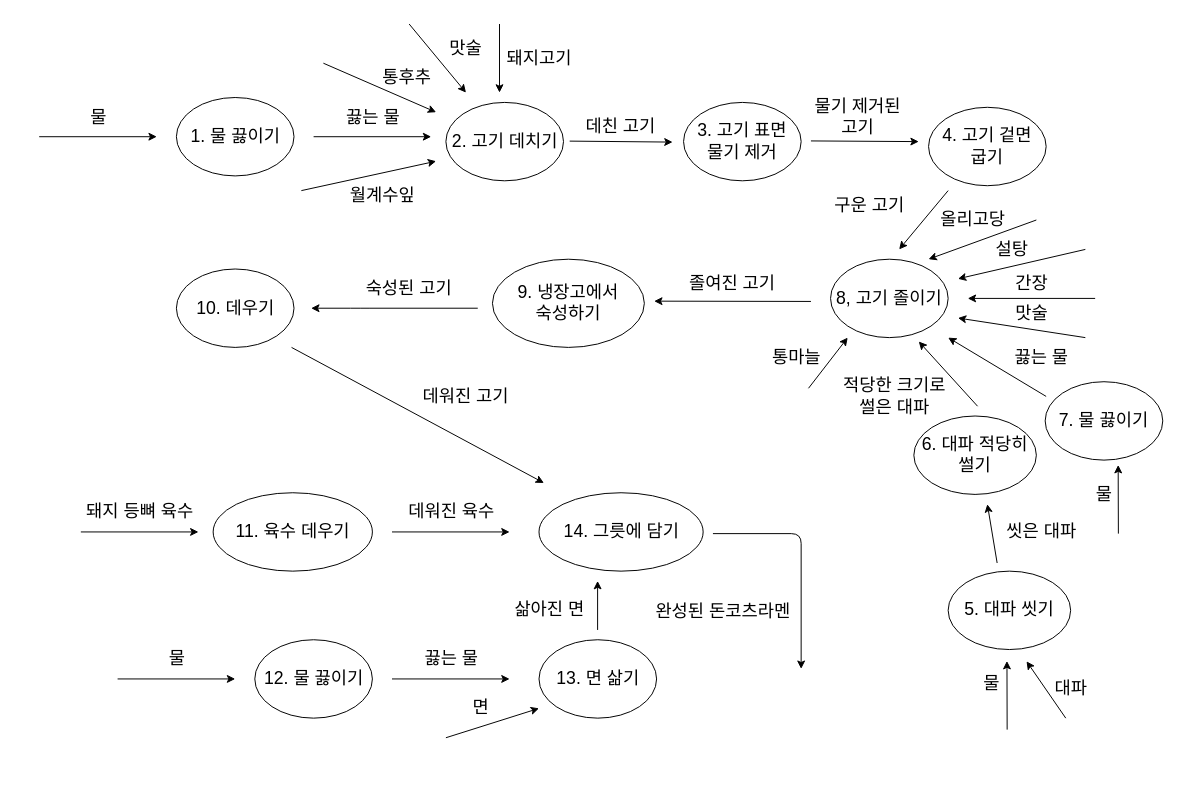
This is Untitled Diagram2.drawio from jgy2808/Algorithm, a draw.io file, before an edit. Source tidied: cells renumbered, new cells numbered last; positions are measured from the earlier drawing's top-left corner, leaving out a move shared by most shapes. Both pictures are drawn from the tidied source at 98%, with x=0, y=0 at pixel (38, 24).
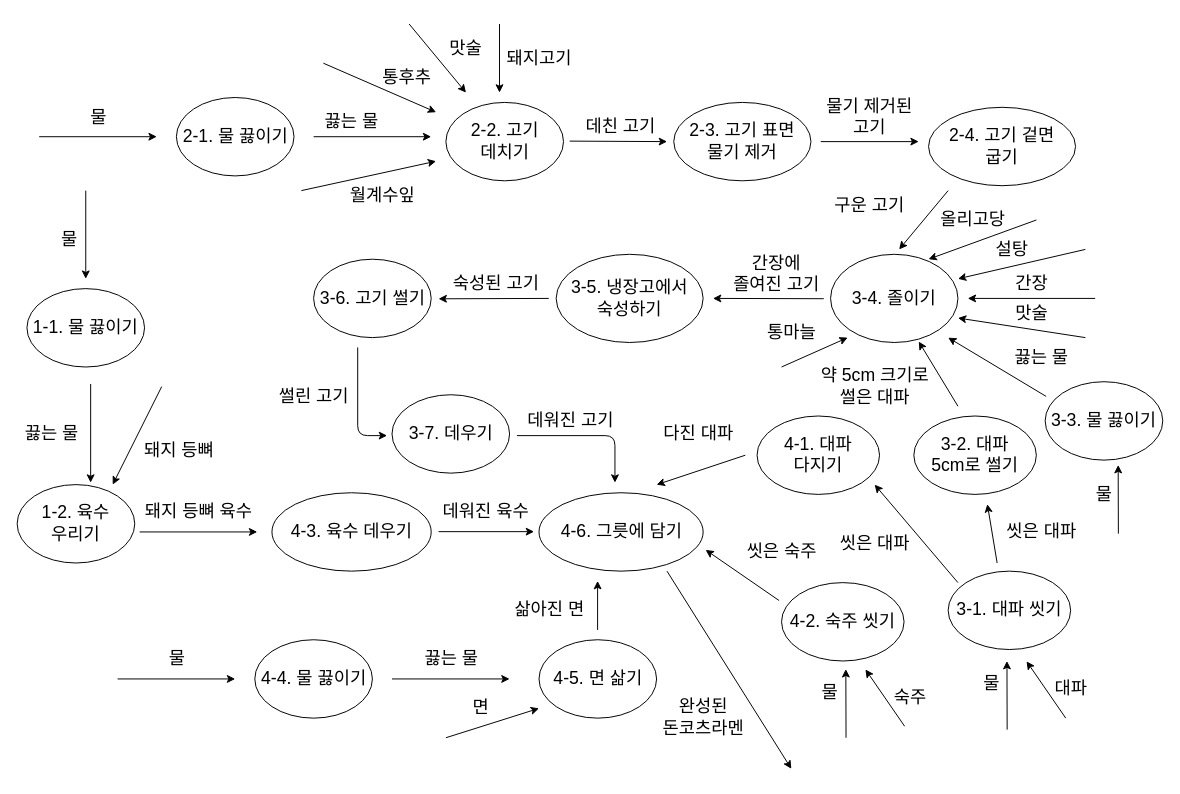
The same diagram, later.

Unchanged cells that the change refers to:
```xml
<mxCell id="70" value="&lt;font style=&quot;font-size: 18px&quot;&gt;데친 고기&lt;br&gt;&lt;/font&gt;" style="text;html=1;strokeColor=none;fillColor=none;align=center;verticalAlign=middle;whiteSpace=wrap;rounded=0;" parent="1" vertex="1">
  <mxGeometry x="547.4" y="90" width="93.8" height="30" as="geometry" />
</mxCell>
```

Change to the diagram source:
```diff
@@
-    <mxCell id="2" value="&lt;font style=&quot;font-size: 18px&quot;&gt;2. 고기 데치기&lt;/font&gt;" style="ellipse;whiteSpace=wrap;html=1;" parent="1" vertex="1">
+    <mxCell id="2" value="&lt;font style=&quot;font-size: 18px&quot;&gt;2-2. 고기 &lt;br&gt;데치기&lt;/font&gt;" style="ellipse;whiteSpace=wrap;html=1;" parent="1" vertex="1">
       <mxGeometry x="415.5" y="80" width="120" height="80" as="geometry" />
     </mxCell>
@@
-    <mxCell id="5" value="&lt;font style=&quot;font-size: 18px&quot;&gt;3. 고기 표면&lt;br&gt;물기 제거&lt;br&gt;&lt;/font&gt;" style="ellipse;whiteSpace=wrap;html=1;" parent="1" vertex="1">
-      <mxGeometry x="658" y="80" width="120" height="80" as="geometry" />
+    <mxCell id="5" value="&lt;font style=&quot;font-size: 18px&quot;&gt;2-3. 고기 표면&lt;br&gt;물기 제거&lt;br&gt;&lt;/font&gt;" style="ellipse;whiteSpace=wrap;html=1;" parent="1" vertex="1">
+      <mxGeometry x="648" y="80" width="140" height="80" as="geometry" />
     </mxCell>
@@
-    <mxCell id="8" value="&lt;span style=&quot;font-size: 18px&quot;&gt;9. 냉장고에서&lt;br&gt;숙성하기&lt;/span&gt;" style="ellipse;whiteSpace=wrap;html=1;" parent="1" vertex="1">
-      <mxGeometry x="463" y="240" width="155" height="90" as="geometry" />
+    <mxCell id="8" value="&lt;span style=&quot;font-size: 18px&quot;&gt;3-5. 냉장고에서&lt;br&gt;숙성하기&lt;/span&gt;" style="ellipse;whiteSpace=wrap;html=1;" parent="1" vertex="1">
+      <mxGeometry x="528" y="235" width="150" height="90" as="geometry" />
     </mxCell>
-    <mxCell id="9" value="&lt;font style=&quot;font-size: 18px&quot;&gt;8, 고기 졸이기&lt;/font&gt;" style="ellipse;whiteSpace=wrap;html=1;" parent="1" vertex="1">
-      <mxGeometry x="808" y="240" width="120" height="80" as="geometry" />
+    <mxCell id="9" value="&lt;font style=&quot;font-size: 18px&quot;&gt;3-4.&amp;nbsp;졸이기&lt;/font&gt;" style="ellipse;whiteSpace=wrap;html=1;" parent="1" vertex="1">
+      <mxGeometry x="808" y="235" width="130" height="90" as="geometry" />
     </mxCell>
-    <mxCell id="10" value="&lt;font style=&quot;font-size: 18px&quot;&gt;졸여진 고기&lt;br&gt;&lt;/font&gt;" style="text;html=1;strokeColor=none;fillColor=none;align=center;verticalAlign=middle;whiteSpace=wrap;rounded=0;" parent="1" vertex="1">
-      <mxGeometry x="628" y="249.5" width="160" height="30" as="geometry" />
+    <mxCell id="10" value="&lt;font style=&quot;font-size: 18px&quot;&gt;간장에 &lt;br&gt;졸여진 고기&lt;br&gt;&lt;/font&gt;" style="text;html=1;strokeColor=none;fillColor=none;align=center;verticalAlign=middle;whiteSpace=wrap;rounded=0;" parent="1" vertex="1">
+      <mxGeometry x="703" y="240" width="100" height="30" as="geometry" />
     </mxCell>
     <mxCell id="11" style="endArrow=classic;html=1;" parent="1" edge="1">
       <mxGeometry relative="1" as="geometry">
-        <mxPoint x="788" y="283.1" as="sourcePoint" />
-        <mxPoint x="628" y="282.8" as="targetPoint" />
+        <mxPoint x="801.1" y="280.3" as="sourcePoint" />
+        <mxPoint x="688" y="280" as="targetPoint" />
       </mxGeometry>
     </mxCell>
@@
     <mxCell id="13" style="endArrow=classic;html=1;" parent="1" edge="1">
       <mxGeometry relative="1" as="geometry">
-        <mxPoint x="448" y="290" as="sourcePoint" />
-        <mxPoint x="278" y="290" as="targetPoint" />
-        <Array as="points">
-          <mxPoint x="328" y="290" />
-        </Array>
+        <mxPoint x="520.5" y="280" as="sourcePoint" />
+        <mxPoint x="408" y="280.4" as="targetPoint" />
       </mxGeometry>
     </mxCell>
     <mxCell id="14" value="&lt;font style=&quot;font-size: 18px&quot;&gt;숙성된 고기&lt;br&gt;&lt;/font&gt;" style="text;html=1;strokeColor=none;fillColor=none;align=center;verticalAlign=middle;whiteSpace=wrap;rounded=0;" parent="1" vertex="1">
-      <mxGeometry x="298" y="254.5" width="160" height="30" as="geometry" />
+      <mxGeometry x="387.4" y="249.5" width="160" height="30" as="geometry" />
     </mxCell>
-    <mxCell id="15" value="&lt;span style=&quot;font-size: 18px&quot;&gt;10. 데우기&lt;br&gt;&lt;/span&gt;" style="ellipse;whiteSpace=wrap;html=1;" parent="1" vertex="1">
-      <mxGeometry x="140.5" y="250" width="120" height="80" as="geometry" />
+    <mxCell id="15" value="&lt;span style=&quot;font-size: 18px&quot;&gt;3-7. 데우기&lt;br&gt;&lt;/span&gt;" style="ellipse;whiteSpace=wrap;html=1;" parent="1" vertex="1">
+      <mxGeometry x="360.5" y="378.3" width="120" height="80" as="geometry" />
     </mxCell>
     <mxCell id="16" value="&lt;font style=&quot;font-size: 18px&quot;&gt;데워진 고기&lt;br&gt;&lt;/font&gt;" style="text;html=1;strokeColor=none;fillColor=none;align=center;verticalAlign=middle;whiteSpace=wrap;rounded=0;" parent="1" vertex="1">
-      <mxGeometry x="355.5" y="365" width="160" height="30" as="geometry" />
+      <mxGeometry x="488" y="390" width="110" height="30" as="geometry" />
     </mxCell>
     <mxCell id="17" style="endArrow=classic;html=1;" parent="1" edge="1">
       <mxGeometry relative="1" as="geometry">
-        <mxPoint x="258" y="330" as="sourcePoint" />
-        <mxPoint x="515.5" y="468.3" as="targetPoint" />
+        <mxPoint x="488" y="420" as="sourcePoint" />
+        <mxPoint x="588" y="468" as="targetPoint" />
+        <Array as="points">
+          <mxPoint x="588" y="420" />
+        </Array>
       </mxGeometry>
     </mxCell>
@@
     <mxCell id="32" style="endArrow=classic;html=1;" parent="1" edge="1">
       <mxGeometry relative="1" as="geometry">
-        <mxPoint x="958" y="390" as="sourcePoint" />
+        <mxPoint x="938" y="390" as="sourcePoint" />
         <mxPoint x="898" y="324" as="targetPoint" />
       </mxGeometry>
     </mxCell>
@@
-    <mxCell id="35" value="&lt;span style=&quot;font-size: 18px&quot;&gt;12. 물 끓이기&lt;br&gt;&lt;/span&gt;" style="ellipse;whiteSpace=wrap;html=1;" parent="1" vertex="1">
+    <mxCell id="35" value="&lt;span style=&quot;font-size: 18px&quot;&gt;4-4. 물 끓이기&lt;br&gt;&lt;/span&gt;" style="ellipse;whiteSpace=wrap;html=1;" parent="1" vertex="1">
       <mxGeometry x="220.5" y="628.3" width="120" height="80" as="geometry" />
     </mxCell>
@@
-    <mxCell id="38" value="&lt;span style=&quot;font-size: 18px&quot;&gt;13. 면 삶기&lt;br&gt;&lt;/span&gt;" style="ellipse;whiteSpace=wrap;html=1;" parent="1" vertex="1">
+    <mxCell id="38" value="&lt;span style=&quot;font-size: 18px&quot;&gt;4-5. 면 삶기&lt;br&gt;&lt;/span&gt;" style="ellipse;whiteSpace=wrap;html=1;" parent="1" vertex="1">
       <mxGeometry x="510.5" y="628.3" width="120" height="80" as="geometry" />
     </mxCell>
     <mxCell id="39" style="endArrow=classic;html=1;" parent="1" edge="1">
       <mxGeometry relative="1" as="geometry">
-        <mxPoint x="43" y="518.3" as="sourcePoint" />
-        <mxPoint x="163" y="518.3" as="targetPoint" />
+        <mxPoint x="103" y="518.3" as="sourcePoint" />
+        <mxPoint x="223" y="518.3" as="targetPoint" />
       </mxGeometry>
     </mxCell>
     <mxCell id="40" value="&lt;font style=&quot;font-size: 18px&quot;&gt;돼지 등뼈 육수&lt;/font&gt;" style="text;html=1;align=center;verticalAlign=middle;strokeColor=none;fillColor=none;" parent="1" vertex="1">
-      <mxGeometry x="38" y="488.3" width="130" height="20" as="geometry" />
+      <mxGeometry x="98" y="488.3" width="130" height="20" as="geometry" />
     </mxCell>
-    <mxCell id="41" value="&lt;span style=&quot;font-size: 18px&quot;&gt;11. 육수 데우기&lt;br&gt;&lt;/span&gt;" style="ellipse;whiteSpace=wrap;html=1;" parent="1" vertex="1">
-      <mxGeometry x="178" y="478.3" width="162.5" height="80" as="geometry" />
+    <mxCell id="41" value="&lt;span style=&quot;font-size: 18px&quot;&gt;4-3. 육수 데우기&lt;br&gt;&lt;/span&gt;" style="ellipse;whiteSpace=wrap;html=1;" parent="1" vertex="1">
+      <mxGeometry x="238" y="478.3" width="162.5" height="80" as="geometry" />
     </mxCell>
     <mxCell id="42" style="endArrow=classic;html=1;" parent="1" edge="1">
       <mxGeometry relative="1" as="geometry">
-        <mxPoint x="360.5" y="518.3" as="sourcePoint" />
-        <mxPoint x="480.5" y="518.3" as="targetPoint" />
+        <mxPoint x="408" y="518" as="sourcePoint" />
+        <mxPoint x="505.5" y="518" as="targetPoint" />
       </mxGeometry>
     </mxCell>
     <mxCell id="43" value="&lt;font style=&quot;font-size: 18px&quot;&gt;데워진 육수&lt;/font&gt;" style="text;html=1;align=center;verticalAlign=middle;strokeColor=none;fillColor=none;" parent="1" vertex="1">
-      <mxGeometry x="365.5" y="488.3" width="110" height="20" as="geometry" />
+      <mxGeometry x="400.5" y="488.3" width="110" height="20" as="geometry" />
     </mxCell>
-    <mxCell id="44" value="&lt;span style=&quot;font-size: 18px&quot;&gt;14. 그릇에 담기&lt;br&gt;&lt;/span&gt;" style="ellipse;whiteSpace=wrap;html=1;" parent="1" vertex="1">
+    <mxCell id="44" value="&lt;span style=&quot;font-size: 18px&quot;&gt;4-6. 그릇에 담기&lt;br&gt;&lt;/span&gt;" style="ellipse;whiteSpace=wrap;html=1;" parent="1" vertex="1">
       <mxGeometry x="510.5" y="478.3" width="167.5" height="80" as="geometry" />
     </mxCell>
@@
-    <mxCell id="51" value="&lt;span style=&quot;font-size: 18px&quot;&gt;1. 물 끓이기&lt;br&gt;&lt;/span&gt;" style="ellipse;whiteSpace=wrap;html=1;" parent="1" vertex="1">
+    <mxCell id="51" value="&lt;span style=&quot;font-size: 18px&quot;&gt;2-1. 물 끓이기&lt;br&gt;&lt;/span&gt;" style="ellipse;whiteSpace=wrap;html=1;" parent="1" vertex="1">
       <mxGeometry x="140.5" y="75" width="120" height="80" as="geometry" />
     </mxCell>
@@
     <mxCell id="53" value="&lt;font style=&quot;font-size: 18px&quot;&gt;끓는 물&lt;/font&gt;" style="text;html=1;align=center;verticalAlign=middle;strokeColor=none;fillColor=none;" parent="1" vertex="1">
-      <mxGeometry x="305.5" y="85" width="70" height="20" as="geometry" />
+      <mxGeometry x="284.2" y="90" width="70" height="20" as="geometry" />
     </mxCell>
@@
-    <mxCell id="55" value="&lt;span style=&quot;font-size: 18px&quot;&gt;7. 물 끓이기&lt;br&gt;&lt;/span&gt;" style="ellipse;whiteSpace=wrap;html=1;" parent="1" vertex="1">
+    <mxCell id="55" value="&lt;span style=&quot;font-size: 18px&quot;&gt;3-3. 물 끓이기&lt;br&gt;&lt;/span&gt;" style="ellipse;whiteSpace=wrap;html=1;" parent="1" vertex="1">
       <mxGeometry x="1027" y="365" width="120" height="80" as="geometry" />
     </mxCell>
@@
     <mxCell id="58" value="&lt;font style=&quot;font-size: 18px&quot;&gt;물기 제거된 고기&lt;br&gt;&lt;/font&gt;" style="text;html=1;strokeColor=none;fillColor=none;align=center;verticalAlign=middle;whiteSpace=wrap;rounded=0;" parent="1" vertex="1">
-      <mxGeometry x="785.5" y="80" width="100" height="30" as="geometry" />
+      <mxGeometry x="798" y="80" width="100" height="30" as="geometry" />
     </mxCell>
     <mxCell id="59" style="endArrow=classic;html=1;" parent="1" edge="1">
       <mxGeometry relative="1" as="geometry">
-        <mxPoint x="788" y="119.3" as="sourcePoint" />
+        <mxPoint x="798" y="120" as="sourcePoint" />
         <mxPoint x="898" y="120" as="targetPoint" />
       </mxGeometry>
     </mxCell>
-    <mxCell id="60" value="&lt;font style=&quot;font-size: 18px&quot;&gt;4. 고기 겉면&lt;br&gt;굽기&lt;br&gt;&lt;/font&gt;" style="ellipse;whiteSpace=wrap;html=1;" parent="1" vertex="1">
-      <mxGeometry x="908" y="85" width="120" height="80" as="geometry" />
+    <mxCell id="60" value="&lt;font style=&quot;font-size: 18px&quot;&gt;2-4. 고기 겉면&lt;br&gt;굽기&lt;br&gt;&lt;/font&gt;" style="ellipse;whiteSpace=wrap;html=1;" parent="1" vertex="1">
+      <mxGeometry x="908" y="85" width="150" height="80" as="geometry" />
     </mxCell>
-    <mxCell id="61" value="&lt;span style=&quot;font-size: 18px&quot;&gt;5. 대파 씻기&lt;br&gt;&lt;/span&gt;" style="ellipse;whiteSpace=wrap;html=1;" parent="1" vertex="1">
+    <mxCell id="61" value="&lt;span style=&quot;font-size: 18px&quot;&gt;3-1. 대파 씻기&lt;br&gt;&lt;/span&gt;" style="ellipse;whiteSpace=wrap;html=1;" parent="1" vertex="1">
       <mxGeometry x="928" y="558.3" width="125" height="80" as="geometry" />
     </mxCell>
@@
     <mxCell id="64" style="endArrow=classic;html=1;" parent="1" edge="1">
       <mxGeometry relative="1" as="geometry">
-        <mxPoint x="785.5" y="371.7" as="sourcePoint" />
+        <mxPoint x="758" y="350" as="sourcePoint" />
         <mxPoint x="825.5" y="320" as="targetPoint" />
       </mxGeometry>
     </mxCell>
     <mxCell id="65" value="&lt;font style=&quot;font-size: 18px&quot;&gt;통마늘&lt;/font&gt;" style="text;html=1;align=center;verticalAlign=middle;strokeColor=none;fillColor=none;" parent="1" vertex="1">
-      <mxGeometry x="738" y="330" width="70" height="20" as="geometry" />
+      <mxGeometry x="733" y="305" width="70" height="20" as="geometry" />
     </mxCell>
@@
     <mxCell id="68" style="endArrow=classic;html=1;" parent="1" edge="1">
       <mxGeometry relative="1" as="geometry">
-        <mxPoint x="688" y="520" as="sourcePoint" />
-        <mxPoint x="778" y="658" as="targetPoint" />
-        <Array as="points">
-          <mxPoint x="778" y="520" />
-        </Array>
+        <mxPoint x="641.1" y="558.3" as="sourcePoint" />
+        <mxPoint x="768" y="760" as="targetPoint" />
       </mxGeometry>
     </mxCell>
-    <mxCell id="69" value="&lt;font style=&quot;font-size: 18px&quot;&gt;완성된 돈코츠라멘&lt;/font&gt;" style="text;html=1;align=center;verticalAlign=middle;strokeColor=none;fillColor=none;" parent="1" vertex="1">
-      <mxGeometry x="618" y="590" width="160" height="20" as="geometry" />
+    <mxCell id="69" value="&lt;font style=&quot;font-size: 18px&quot;&gt;완성된 &lt;br&gt;돈코츠라멘&lt;/font&gt;" style="text;html=1;align=center;verticalAlign=middle;strokeColor=none;fillColor=none;" parent="1" vertex="1">
+      <mxGeometry x="623" y="688.3" width="110" height="40" as="geometry" />
     </mxCell>
@@
-    <mxCell id="71" style="endArrow=classic;html=1;" parent="1" edge="1">
+    <mxCell id="71" style="endArrow=classic;html=1;entryX=1;entryY=1;entryDx=0;entryDy=0;" parent="1" edge="1" target="70">
       <mxGeometry relative="1" as="geometry">
         <mxPoint x="541.8" y="119.5" as="sourcePoint" />
-        <mxPoint x="646.8" y="120.5" as="targetPoint" />
       </mxGeometry>
     </mxCell>
@@
-    <mxCell id="74" value="&lt;span style=&quot;font-size: 18px&quot;&gt;6. 대파 적당히&lt;br&gt;썰기&lt;br&gt;&lt;/span&gt;" style="ellipse;whiteSpace=wrap;html=1;" parent="1" vertex="1">
+    <mxCell id="74" value="&lt;span style=&quot;font-size: 18px&quot;&gt;3-2. 대파 &lt;br&gt;5cm로 썰기&lt;br&gt;&lt;/span&gt;" style="ellipse;whiteSpace=wrap;html=1;" parent="1" vertex="1">
       <mxGeometry x="893" y="400" width="125" height="80" as="geometry" />
     </mxCell>
-    <mxCell id="75" value="&lt;span style=&quot;font-size: 18px&quot;&gt;적당한 크기로&lt;br&gt;썰은 대파&lt;/span&gt;" style="text;html=1;align=center;verticalAlign=middle;strokeColor=none;fillColor=none;" parent="1" vertex="1">
-      <mxGeometry x="808" y="360" width="130" height="40" as="geometry" />
+    <mxCell id="75" value="&lt;span style=&quot;font-size: 18px&quot;&gt;약 5cm 크기로&lt;br&gt;썰은 대파&lt;/span&gt;" style="text;html=1;align=center;verticalAlign=middle;strokeColor=none;fillColor=none;" parent="1" vertex="1">
+      <mxGeometry x="788" y="350" width="130" height="40" as="geometry" />
     </mxCell>
+    <mxCell id="76" value="&lt;span style=&quot;font-size: 18px&quot;&gt;3-6. 고기 썰기&lt;br&gt;&lt;/span&gt;" style="ellipse;whiteSpace=wrap;html=1;" parent="1" vertex="1">
+      <mxGeometry x="280.5" y="240" width="120" height="80" as="geometry" />
+    </mxCell>
+    <mxCell id="77" style="endArrow=classic;html=1;" parent="1" edge="1">
+      <mxGeometry relative="1" as="geometry">
+        <mxPoint x="325.5" y="330" as="sourcePoint" />
+        <mxPoint x="355.5" y="420" as="targetPoint" />
+        <Array as="points">
+          <mxPoint x="325.5" y="420" />
+        </Array>
+      </mxGeometry>
+    </mxCell>
+    <mxCell id="78" value="&lt;font style=&quot;font-size: 18px&quot;&gt;썰린 고기&lt;br&gt;&lt;/font&gt;" style="text;html=1;strokeColor=none;fillColor=none;align=center;verticalAlign=middle;whiteSpace=wrap;rounded=0;" parent="1" vertex="1">
+      <mxGeometry x="200.5" y="365" width="160" height="30" as="geometry" />
+    </mxCell>
+    <mxCell id="79" style="endArrow=classic;html=1;" parent="1" edge="1">
+      <mxGeometry relative="1" as="geometry">
+        <mxPoint x="755.5" y="588.3" as="sourcePoint" />
+        <mxPoint x="680.5" y="536.6" as="targetPoint" />
+      </mxGeometry>
+    </mxCell>
+    <mxCell id="80" value="&lt;font style=&quot;font-size: 18px&quot;&gt;씻은 숙주&lt;br&gt;&lt;/font&gt;" style="text;html=1;align=center;verticalAlign=middle;strokeColor=none;fillColor=none;" parent="1" vertex="1">
+      <mxGeometry x="713" y="528.3" width="90" height="20" as="geometry" />
+    </mxCell>
+    <mxCell id="81" style="endArrow=classic;html=1;" parent="1" edge="1">
+      <mxGeometry relative="1" as="geometry">
+        <mxPoint x="721" y="440" as="sourcePoint" />
+        <mxPoint x="630.5" y="470.1" as="targetPoint" />
+      </mxGeometry>
+    </mxCell>
+    <mxCell id="82" value="&lt;font style=&quot;font-size: 18px&quot;&gt;다진 대파&lt;/font&gt;" style="text;html=1;align=center;verticalAlign=middle;strokeColor=none;fillColor=none;" parent="1" vertex="1">
+      <mxGeometry x="628" y="408.3" width="90" height="20" as="geometry" />
+    </mxCell>
+    <mxCell id="83" style="endArrow=classic;html=1;" parent="1" edge="1">
+      <mxGeometry relative="1" as="geometry">
+        <mxPoint x="53" y="367.3" as="sourcePoint" />
+        <mxPoint x="53" y="468" as="targetPoint" />
+      </mxGeometry>
+    </mxCell>
+    <mxCell id="84" value="&lt;font style=&quot;font-size: 18px&quot;&gt;끓는 물&lt;/font&gt;" style="text;html=1;align=center;verticalAlign=middle;strokeColor=none;fillColor=none;" parent="1" vertex="1">
+      <mxGeometry x="-22" y="408.3" width="70" height="20" as="geometry" />
+    </mxCell>
+    <mxCell id="85" value="&lt;span style=&quot;font-size: 18px&quot;&gt;1-2. 육수 &lt;br&gt;우리기&lt;br&gt;&lt;/span&gt;" style="ellipse;whiteSpace=wrap;html=1;" parent="1" vertex="1">
+      <mxGeometry x="-22" y="470" width="120" height="80" as="geometry" />
+    </mxCell>
+    <mxCell id="86" style="endArrow=classic;html=1;" parent="1" edge="1">
+      <mxGeometry relative="1" as="geometry">
+        <mxPoint x="125.5" y="370" as="sourcePoint" />
+        <mxPoint x="75.5" y="470" as="targetPoint" />
+      </mxGeometry>
+    </mxCell>
+    <mxCell id="87" value="&lt;font style=&quot;font-size: 18px&quot;&gt;돼지 등뼈&lt;/font&gt;" style="text;html=1;align=center;verticalAlign=middle;strokeColor=none;fillColor=none;" parent="1" vertex="1">
+      <mxGeometry x="98" y="425" width="90" height="20" as="geometry" />
+    </mxCell>
+    <mxCell id="88" value="&lt;span style=&quot;font-size: 18px&quot;&gt;1-1. 물 끓이기&lt;br&gt;&lt;/span&gt;" style="ellipse;whiteSpace=wrap;html=1;" parent="1" vertex="1">
+      <mxGeometry x="-12" y="270" width="120" height="80" as="geometry" />
+    </mxCell>
+    <mxCell id="89" style="endArrow=classic;html=1;" parent="1" edge="1">
+      <mxGeometry relative="1" as="geometry">
+        <mxPoint x="48" y="170" as="sourcePoint" />
+        <mxPoint x="48" y="260" as="targetPoint" />
+      </mxGeometry>
+    </mxCell>
+    <mxCell id="90" value="&lt;font style=&quot;font-size: 18px&quot;&gt;물&lt;/font&gt;" style="text;html=1;align=center;verticalAlign=middle;strokeColor=none;fillColor=none;" parent="1" vertex="1">
+      <mxGeometry x="15.5" y="210" width="30" height="20" as="geometry" />
+    </mxCell>
+    <mxCell id="91" value="&lt;span style=&quot;font-size: 18px&quot;&gt;4-1. 대파 &lt;br&gt;다지기&lt;br&gt;&lt;/span&gt;" style="ellipse;whiteSpace=wrap;html=1;" parent="1" vertex="1">
+      <mxGeometry x="733" y="400" width="125" height="80" as="geometry" />
+    </mxCell>
+    <mxCell id="92" style="endArrow=classic;html=1;" parent="1" edge="1">
+      <mxGeometry relative="1" as="geometry">
+        <mxPoint x="938" y="570" as="sourcePoint" />
+        <mxPoint x="853" y="470" as="targetPoint" />
+      </mxGeometry>
+    </mxCell>
+    <mxCell id="93" value="&lt;font style=&quot;font-size: 18px&quot;&gt;씻은 대파&lt;/font&gt;" style="text;html=1;align=center;verticalAlign=middle;strokeColor=none;fillColor=none;" parent="1" vertex="1">
+      <mxGeometry x="808" y="520" width="90" height="20" as="geometry" />
+    </mxCell>
+    <mxCell id="94" value="&lt;span style=&quot;font-size: 18px&quot;&gt;4-2. 숙주 씻기&lt;br&gt;&lt;/span&gt;" style="ellipse;whiteSpace=wrap;html=1;" parent="1" vertex="1">
+      <mxGeometry x="758" y="570" width="125" height="80" as="geometry" />
+    </mxCell>
+    <mxCell id="95" style="endArrow=classic;html=1;" parent="1" edge="1">
+      <mxGeometry relative="1" as="geometry">
+        <mxPoint x="883.6" y="716.6" as="sourcePoint" />
+        <mxPoint x="843.6" y="658.6" as="targetPoint" />
+      </mxGeometry>
+    </mxCell>
+    <mxCell id="96" value="&lt;span style=&quot;font-size: 18px&quot;&gt;숙주&lt;/span&gt;" style="text;html=1;align=center;verticalAlign=middle;strokeColor=none;fillColor=none;" parent="1" vertex="1">
+      <mxGeometry x="863.6" y="676.6" width="50" height="20" as="geometry" />
+    </mxCell>
+    <mxCell id="97" style="endArrow=classic;html=1;" parent="1" edge="1">
+      <mxGeometry relative="1" as="geometry">
+        <mxPoint x="823.8" y="728.3" as="sourcePoint" />
+        <mxPoint x="823.6" y="658.3" as="targetPoint" />
+      </mxGeometry>
+    </mxCell>
+    <mxCell id="98" value="&lt;font style=&quot;font-size: 18px&quot;&gt;물&lt;/font&gt;" style="text;html=1;align=center;verticalAlign=middle;strokeColor=none;fillColor=none;" parent="1" vertex="1">
+      <mxGeometry x="792.4" y="671.6" width="30" height="20" as="geometry" />
+    </mxCell>
```
